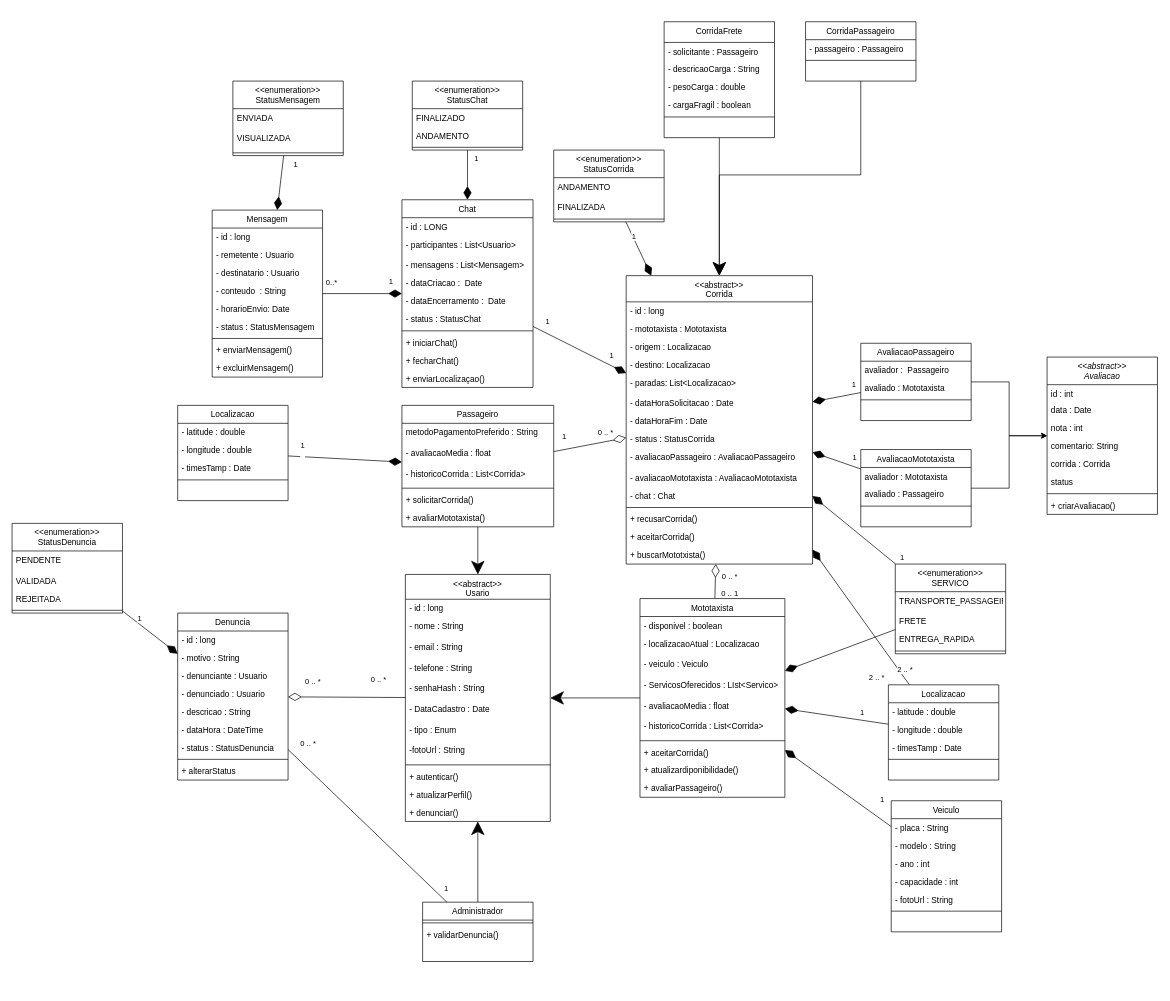
Above: Diagrama de classe.drawio in josevictoraraujorojas/Route-Pires (draw.io), before the change. Source tidied: cells renumbered, new cells numbered last; positions are measured from the earlier drawing's top-left corner, leaving out a move shared by most shapes. Both pictures are drawn from the tidied source at 69%, with x=0, y=0 at pixel (12, 21).
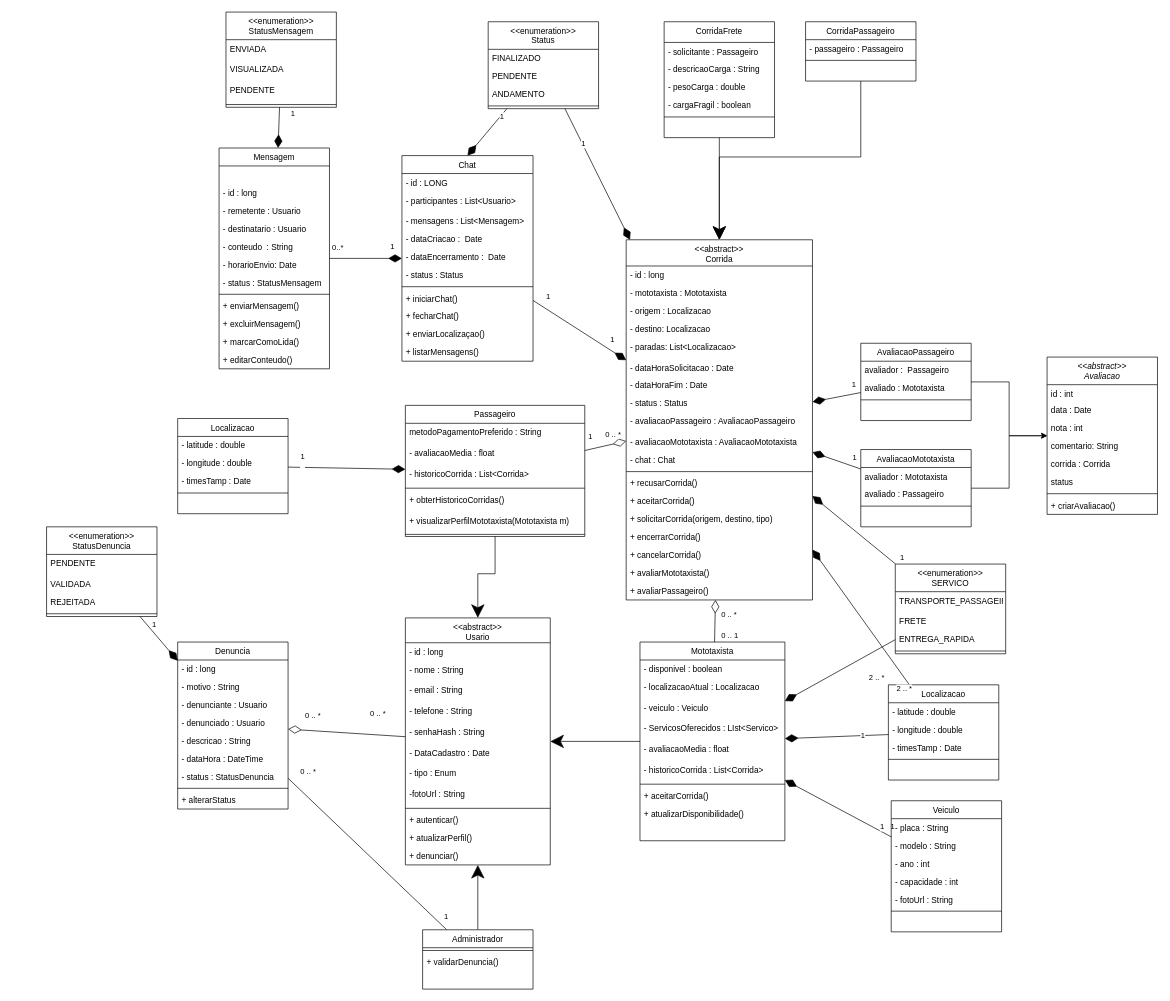
The same diagram, later.

The edit, as a diff of the source:
```diff
@@
     <mxCell id="5" value="&lt;&lt;abstract&gt;&gt;&#10;Corrida" style="swimlane;fontStyle=0;align=center;verticalAlign=top;horizontal=1;startSize=38;rounded=0;shadow=0;strokeWidth=1;" parent="1" vertex="1">
-      <mxGeometry x="890" y="368" width="270" height="418" as="geometry" />
+      <mxGeometry x="890" y="316" width="270" height="522" as="geometry" />
     </mxCell>
@@
-    <mxCell id="13" value="- status : StatusCorrida" style="text;align=left;verticalAlign=top;spacingLeft=4;spacingRight=4;overflow=hidden;rounded=0;shadow=0;html=0;" parent="5" vertex="1">
+    <mxCell id="13" value="- status : Status" style="text;align=left;verticalAlign=top;spacingLeft=4;spacingRight=4;overflow=hidden;rounded=0;shadow=0;html=0;" parent="5" vertex="1">
       <mxGeometry y="224" width="270" height="26" as="geometry" />
     </mxCell>
@@
-    <mxCell id="20" value="+ buscarMototxista()" style="text;align=left;verticalAlign=top;spacingLeft=4;spacingRight=4;overflow=hidden;" parent="5" vertex="1">
+    <mxCell id="20" value="+ solicitarCorrida(origem, destino, tipo)" style="text;align=left;verticalAlign=top;spacingLeft=4;spacingRight=4;overflow=hidden;" parent="5" vertex="1">
       <mxGeometry y="392" width="270" height="26" as="geometry" />
     </mxCell>
+    <mxCell id="198" value="+ encerrarCorrida()" style="text;align=left;verticalAlign=top;spacingLeft=4;spacingRight=4;overflow=hidden;" parent="5" vertex="1">
+      <mxGeometry y="418" width="270" height="26" as="geometry" />
+    </mxCell>
+    <mxCell id="199" value="+ cancelarCorrida()&#10;&#10;" style="text;align=left;verticalAlign=top;spacingLeft=4;spacingRight=4;overflow=hidden;" parent="5" vertex="1">
+      <mxGeometry y="444" width="270" height="26" as="geometry" />
+    </mxCell>
+    <mxCell id="130" value="+ avaliarMototaxista()" style="text;align=left;verticalAlign=top;spacingLeft=4;spacingRight=4;overflow=hidden;" parent="5" vertex="1">
+      <mxGeometry y="470" width="270" height="26" as="geometry" />
+    </mxCell>
+    <mxCell id="93" value="+ avaliarPassageiro()" style="text;align=left;verticalAlign=top;spacingLeft=4;spacingRight=4;overflow=hidden;" parent="5" vertex="1">
+      <mxGeometry y="496" width="270" height="26" as="geometry" />
+    </mxCell>
@@
     <mxCell id="35" value="Chat" style="swimlane;fontStyle=0;align=center;verticalAlign=top;horizontal=1;startSize=26;rounded=0;shadow=0;strokeWidth=1;" parent="1" vertex="1">
-      <mxGeometry x="565" y="258" width="190" height="272" as="geometry" />
+      <mxGeometry x="565" y="194" width="190" height="298" as="geometry" />
     </mxCell>
@@
-    <mxCell id="41" value="- status : StatusChat" style="text;align=left;verticalAlign=top;spacingLeft=4;spacingRight=4;overflow=hidden;" parent="35" vertex="1">
+    <mxCell id="41" value="- status : Status" style="text;align=left;verticalAlign=top;spacingLeft=4;spacingRight=4;overflow=hidden;" parent="35" vertex="1">
       <mxGeometry y="160" width="190" height="26" as="geometry" />
     </mxCell>
@@
+    <mxCell id="200" value="+ listarMensagens()" style="text;align=left;verticalAlign=top;spacingLeft=4;spacingRight=4;overflow=hidden;" parent="35" vertex="1">
+      <mxGeometry y="272" width="190" height="26" as="geometry" />
+    </mxCell>
     <mxCell id="46" value="Mensagem" style="swimlane;fontStyle=0;align=center;verticalAlign=top;horizontal=1;startSize=26;rounded=0;shadow=0;strokeWidth=1;" parent="1" vertex="1">
-      <mxGeometry x="290" y="273" width="160" height="242" as="geometry" />
+      <mxGeometry x="300" y="183" width="160" height="320" as="geometry" />
     </mxCell>
+    <mxCell id="201" style="text;align=left;verticalAlign=top;spacingLeft=4;spacingRight=4;overflow=hidden;" parent="46" vertex="1">
+      <mxGeometry y="26" width="160" height="26" as="geometry" />
+    </mxCell>
     <mxCell id="47" value="- id : long" style="text;align=left;verticalAlign=top;spacingLeft=4;spacingRight=4;overflow=hidden;" parent="46" vertex="1">
-      <mxGeometry y="26" width="160" height="26" as="geometry" />
+      <mxGeometry y="52" width="160" height="26" as="geometry" />
     </mxCell>
     <mxCell id="48" value="- remetente : Usuario" style="text;align=left;verticalAlign=top;spacingLeft=4;spacingRight=4;overflow=hidden;" parent="46" vertex="1">
-      <mxGeometry y="52" width="160" height="26" as="geometry" />
+      <mxGeometry y="78" width="160" height="26" as="geometry" />
     </mxCell>
     <mxCell id="49" value="- destinatario : Usuario" style="text;align=left;verticalAlign=top;spacingLeft=4;spacingRight=4;overflow=hidden;" parent="46" vertex="1">
-      <mxGeometry y="78" width="160" height="26" as="geometry" />
+      <mxGeometry y="104" width="160" height="26" as="geometry" />
     </mxCell>
     <mxCell id="50" value="- conteudo  : String" style="text;align=left;verticalAlign=top;spacingLeft=4;spacingRight=4;overflow=hidden;" parent="46" vertex="1">
-      <mxGeometry y="104" width="160" height="26" as="geometry" />
+      <mxGeometry y="130" width="160" height="26" as="geometry" />
     </mxCell>
     <mxCell id="51" value="- horarioEnvio: Date" style="text;align=left;verticalAlign=top;spacingLeft=4;spacingRight=4;overflow=hidden;" parent="46" vertex="1">
-      <mxGeometry y="130" width="160" height="26" as="geometry" />
+      <mxGeometry y="156" width="160" height="26" as="geometry" />
     </mxCell>
     <mxCell id="52" value="- status : StatusMensagem" style="text;align=left;verticalAlign=top;spacingLeft=4;spacingRight=4;overflow=hidden;" parent="46" vertex="1">
-      <mxGeometry y="156" width="160" height="26" as="geometry" />
+      <mxGeometry y="182" width="160" height="26" as="geometry" />
     </mxCell>
     <mxCell id="53" style="line;html=1;strokeWidth=1;align=left;verticalAlign=middle;spacingTop=-1;spacingLeft=3;spacingRight=3;labelPosition=right;" parent="46" vertex="1">
-      <mxGeometry y="182" width="160" height="8" as="geometry" />
+      <mxGeometry y="208" width="160" height="8" as="geometry" />
     </mxCell>
     <mxCell id="54" value="+ enviarMensagem()" style="text;align=left;verticalAlign=top;spacingLeft=4;spacingRight=4;overflow=hidden;" parent="46" vertex="1">
-      <mxGeometry y="190" width="160" height="26" as="geometry" />
+      <mxGeometry y="216" width="160" height="26" as="geometry" />
     </mxCell>
     <mxCell id="55" value="+ excluirMensagem()" style="text;align=left;verticalAlign=top;spacingLeft=4;spacingRight=4;overflow=hidden;" parent="46" vertex="1">
-      <mxGeometry y="216" width="160" height="26" as="geometry" />
+      <mxGeometry y="242" width="160" height="26" as="geometry" />
     </mxCell>
+    <mxCell id="202" value="+ marcarComoLida()" style="text;align=left;verticalAlign=top;spacingLeft=4;spacingRight=4;overflow=hidden;" parent="46" vertex="1">
+      <mxGeometry y="268" width="160" height="26" as="geometry" />
+    </mxCell>
+    <mxCell id="203" value="+ editarConteudo()" style="text;align=left;verticalAlign=top;spacingLeft=4;spacingRight=4;overflow=hidden;" parent="46" vertex="1">
+      <mxGeometry y="294" width="160" height="26" as="geometry" />
+    </mxCell>
@@
     <mxCell id="83" value="Mototaxista" style="swimlane;fontStyle=0;align=center;verticalAlign=top;horizontal=1;startSize=26;rounded=0;shadow=0;strokeWidth=1;" parent="1" vertex="1">
-      <mxGeometry x="910" y="836" width="210" height="288" as="geometry" />
+      <mxGeometry x="910" y="899" width="210" height="288" as="geometry" />
     </mxCell>
@@
-    <mxCell id="92" value="+ atualizardiponibilidade()" style="text;align=left;verticalAlign=top;spacingLeft=4;spacingRight=4;overflow=hidden;" parent="83" vertex="1">
+    <mxCell id="92" value="+ atualizarDisponibilidade()" style="text;align=left;verticalAlign=top;spacingLeft=4;spacingRight=4;overflow=hidden;" parent="83" vertex="1">
       <mxGeometry y="236" width="210" height="26" as="geometry" />
     </mxCell>
-    <mxCell id="93" value="+ avaliarPassageiro()" style="text;align=left;verticalAlign=top;spacingLeft=4;spacingRight=4;overflow=hidden;" parent="83" vertex="1">
-      <mxGeometry y="262" width="210" height="26" as="geometry" />
-    </mxCell>
@@
     <mxCell id="107" value="&lt;&lt;abstract&gt;&gt;&#10;Usario" style="swimlane;fontStyle=0;align=center;verticalAlign=top;horizontal=1;startSize=36;rounded=0;shadow=0;strokeWidth=1;" parent="1" vertex="1">
-      <mxGeometry x="570" y="801" width="210" height="358" as="geometry" />
+      <mxGeometry x="570" y="864" width="210" height="358" as="geometry" />
     </mxCell>
@@
     <mxCell id="124" value="Passageiro" style="swimlane;fontStyle=0;align=center;verticalAlign=top;horizontal=1;startSize=26;rounded=0;shadow=0;strokeWidth=1;" parent="1" vertex="1">
-      <mxGeometry x="565" y="556" width="220" height="176" as="geometry" />
+      <mxGeometry x="570" y="556" width="260" height="190" as="geometry" />
     </mxCell>
     <mxCell id="125" value="metodoPagamentoPreferido : String" style="text;align=left;verticalAlign=top;spacingLeft=4;spacingRight=4;overflow=hidden;" parent="124" vertex="1">
-      <mxGeometry y="26" width="220" height="30" as="geometry" />
+      <mxGeometry y="26" width="260" height="30" as="geometry" />
     </mxCell>
     <mxCell id="126" value="- avaliacaoMedia : float" style="text;align=left;verticalAlign=top;spacingLeft=4;spacingRight=4;overflow=hidden;" parent="124" vertex="1">
-      <mxGeometry y="56" width="220" height="30" as="geometry" />
+      <mxGeometry y="56" width="260" height="30" as="geometry" />
     </mxCell>
     <mxCell id="127" value="- historicoCorrida : List&lt;Corrida&gt;" style="text;align=left;verticalAlign=top;spacingLeft=4;spacingRight=4;overflow=hidden;" parent="124" vertex="1">
-      <mxGeometry y="86" width="220" height="30" as="geometry" />
+      <mxGeometry y="86" width="260" height="30" as="geometry" />
     </mxCell>
     <mxCell id="128" style="line;html=1;strokeWidth=1;align=left;verticalAlign=middle;spacingTop=-1;spacingLeft=3;spacingRight=3;labelPosition=right;" parent="124" vertex="1">
-      <mxGeometry y="116" width="220" height="8" as="geometry" />
+      <mxGeometry y="116" width="260" height="8" as="geometry" />
     </mxCell>
-    <mxCell id="129" value="+ solicitarCorrida()" style="text;align=left;verticalAlign=top;spacingLeft=4;spacingRight=4;overflow=hidden;" parent="124" vertex="1">
-      <mxGeometry y="124" width="220" height="26" as="geometry" />
-    </mxCell>
-    <mxCell id="130" value="+ avaliarMototaxista()" style="text;align=left;verticalAlign=top;spacingLeft=4;spacingRight=4;overflow=hidden;" parent="124" vertex="1">
-      <mxGeometry y="150" width="220" height="26" as="geometry" />
-    </mxCell>
+    <mxCell id="204" value="+ obterHistoricoCorridas()" style="text;align=left;verticalAlign=top;spacingLeft=4;spacingRight=4;overflow=hidden;" parent="124" vertex="1">
+      <mxGeometry y="124" width="260" height="30" as="geometry" />
+    </mxCell>
+    <mxCell id="205" value="+ visualizarPerfilMototaxista(Mototaxista m)" style="text;align=left;verticalAlign=top;spacingLeft=4;spacingRight=4;overflow=hidden;" parent="124" vertex="1">
+      <mxGeometry y="154" width="260" height="30" as="geometry" />
+    </mxCell>
+    <mxCell id="206" style="line;html=1;strokeWidth=1;align=left;verticalAlign=middle;spacingTop=-1;spacingLeft=3;spacingRight=3;labelPosition=right;" parent="124" vertex="1">
+      <mxGeometry y="184" width="260" height="6" as="geometry" />
+    </mxCell>
@@
     <mxCell id="144" value="Administrador" style="swimlane;fontStyle=0;align=center;verticalAlign=top;horizontal=1;startSize=26;rounded=0;shadow=0;strokeWidth=1;" parent="1" vertex="1">
-      <mxGeometry x="595" y="1276" width="160" height="86" as="geometry" />
+      <mxGeometry x="595" y="1316" width="160" height="86" as="geometry" />
     </mxCell>
@@
     <mxCell id="147" value="Denuncia" style="swimlane;fontStyle=0;align=center;verticalAlign=top;horizontal=1;startSize=26;rounded=0;shadow=0;strokeWidth=1;" parent="1" vertex="1">
-      <mxGeometry x="240" y="857" width="160" height="242" as="geometry" />
+      <mxGeometry x="240" y="899" width="160" height="242" as="geometry" />
     </mxCell>
@@
     <mxCell id="159" value="&lt;&lt;enumeration&gt;&gt;&#10;StatusDenuncia" style="swimlane;fontStyle=0;align=center;verticalAlign=top;horizontal=1;startSize=40;rounded=0;shadow=0;strokeWidth=1;" parent="1" vertex="1">
-      <mxGeometry y="727" width="160" height="130" as="geometry" />
+      <mxGeometry x="50" y="732" width="160" height="130" as="geometry" />
     </mxCell>
@@
     <mxCell id="175" value="&lt;&lt;enumeration&gt;&gt;&#10;StatusMensagem" style="swimlane;fontStyle=0;align=center;verticalAlign=top;horizontal=1;startSize=40;rounded=0;shadow=0;strokeWidth=1;" parent="1" vertex="1">
-      <mxGeometry x="320" y="86" width="160" height="108" as="geometry" />
+      <mxGeometry x="310" y="-14" width="160" height="138" as="geometry" />
     </mxCell>
@@
+    <mxCell id="207" value="PENDENTE" style="text;align=left;verticalAlign=top;spacingLeft=4;spacingRight=4;overflow=hidden;" parent="175" vertex="1">
+      <mxGeometry y="100" width="160" height="30" as="geometry" />
+    </mxCell>
     <mxCell id="178" style="line;html=1;strokeWidth=1;align=left;verticalAlign=middle;spacingTop=-1;spacingLeft=3;spacingRight=3;labelPosition=right;" parent="175" vertex="1">
-      <mxGeometry y="100" width="160" height="8" as="geometry" />
+      <mxGeometry y="130" width="160" height="8" as="geometry" />
     </mxCell>
@@
-    <mxCell id="181" value="&lt;&lt;enumeration&gt;&gt;&#10;StatusChat" style="swimlane;fontStyle=0;align=center;verticalAlign=top;horizontal=1;startSize=40;rounded=0;shadow=0;strokeWidth=1;" parent="1" vertex="1">
-      <mxGeometry x="580" y="86" width="160" height="100" as="geometry" />
+    <mxCell id="181" value="&lt;&lt;enumeration&gt;&gt;&#10;Status" style="swimlane;fontStyle=0;align=center;verticalAlign=top;horizontal=1;startSize=40;rounded=0;shadow=0;strokeWidth=1;" parent="1" vertex="1">
+      <mxGeometry x="690" width="160" height="126" as="geometry" />
     </mxCell>
@@
+    <mxCell id="208" value="PENDENTE" style="text;align=left;verticalAlign=top;spacingLeft=4;spacingRight=4;overflow=hidden;" parent="181" vertex="1">
+      <mxGeometry y="66" width="160" height="26" as="geometry" />
+    </mxCell>
     <mxCell id="183" value="ANDAMENTO" style="text;align=left;verticalAlign=top;spacingLeft=4;spacingRight=4;overflow=hidden;" parent="181" vertex="1">
-      <mxGeometry y="66" width="160" height="26" as="geometry" />
+      <mxGeometry y="92" width="160" height="26" as="geometry" />
     </mxCell>
     <mxCell id="184" style="line;html=1;strokeWidth=1;align=left;verticalAlign=middle;spacingTop=-1;spacingLeft=3;spacingRight=3;labelPosition=right;" parent="181" vertex="1">
-      <mxGeometry y="92" width="160" height="8" as="geometry" />
+      <mxGeometry y="118" width="160" height="8" as="geometry" />
     </mxCell>
-    <mxCell id="185" style="rounded=0;jettySize=auto;html=1;endArrow=diamondThin;startFill=0;endFill=1;endSize=17;" parent="1" edge="1" source="187" target="5">
+    <mxCell id="185" style="rounded=0;jettySize=auto;html=1;endArrow=diamondThin;startFill=0;endFill=1;endSize=17;" parent="1" edge="1" source="181" target="5">
       <mxGeometry relative="1" as="geometry" />
     </mxCell>
@@
-    <mxCell id="187" value="&lt;&lt;enumeration&gt;&gt;&#10;StatusCorrida" style="swimlane;fontStyle=0;align=center;verticalAlign=top;horizontal=1;startSize=40;rounded=0;shadow=0;strokeWidth=1;" parent="1" vertex="1">
-      <mxGeometry x="785" y="186" width="160" height="104" as="geometry" />
-    </mxCell>
-    <mxCell id="188" value="ANDAMENTO" style="text;align=left;verticalAlign=top;spacingLeft=4;spacingRight=4;overflow=hidden;" parent="187" vertex="1">
-      <mxGeometry y="40" width="160" height="30" as="geometry" />
-    </mxCell>
-    <mxCell id="189" value="FINALIZADA" style="text;align=left;verticalAlign=top;spacingLeft=4;spacingRight=4;overflow=hidden;" parent="187" vertex="1">
-      <mxGeometry y="70" width="160" height="26" as="geometry" />
-    </mxCell>
-    <mxCell id="190" style="line;html=1;strokeWidth=1;align=left;verticalAlign=middle;spacingTop=-1;spacingLeft=3;spacingRight=3;labelPosition=right;" parent="187" vertex="1">
-      <mxGeometry y="96" width="160" height="8" as="geometry" />
-    </mxCell>
@@
     <mxCell id="193" value="Localizacao" style="swimlane;fontStyle=0;align=center;verticalAlign=top;horizontal=1;startSize=26;rounded=0;shadow=0;strokeWidth=1;" parent="1" vertex="1">
-      <mxGeometry x="240" y="556" width="160" height="138" as="geometry" />
+      <mxGeometry x="240" y="575" width="160" height="138" as="geometry" />
     </mxCell>
```
